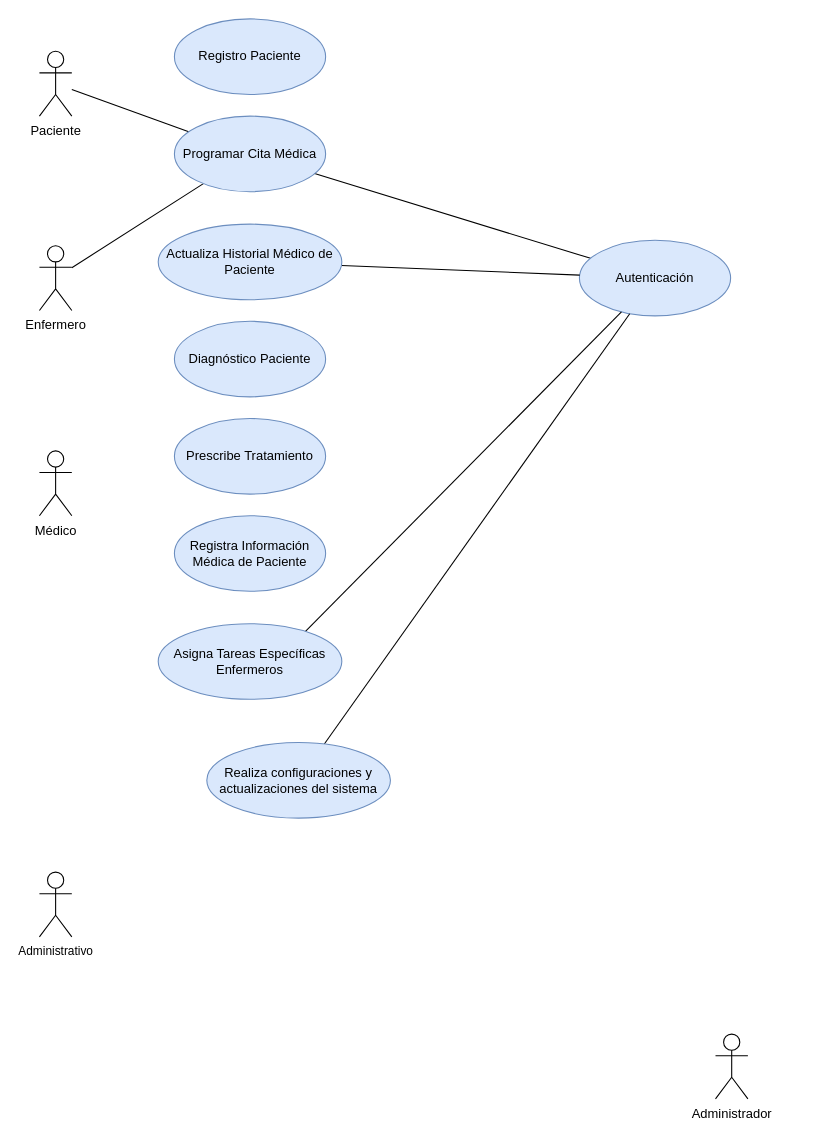
This is Unidad_1/Diagramas-CasosDeUsos.drawio from CGMarval/ets, a draw.io file, before an edit. Source tidied: cells renumbered, new cells numbered last; positions are measured from the earlier drawing's top-left corner, leaving out a move shared by most shapes. Both pictures are drawn from the tidied source at 108%, with x=0, y=0 at pixel (39, 18).
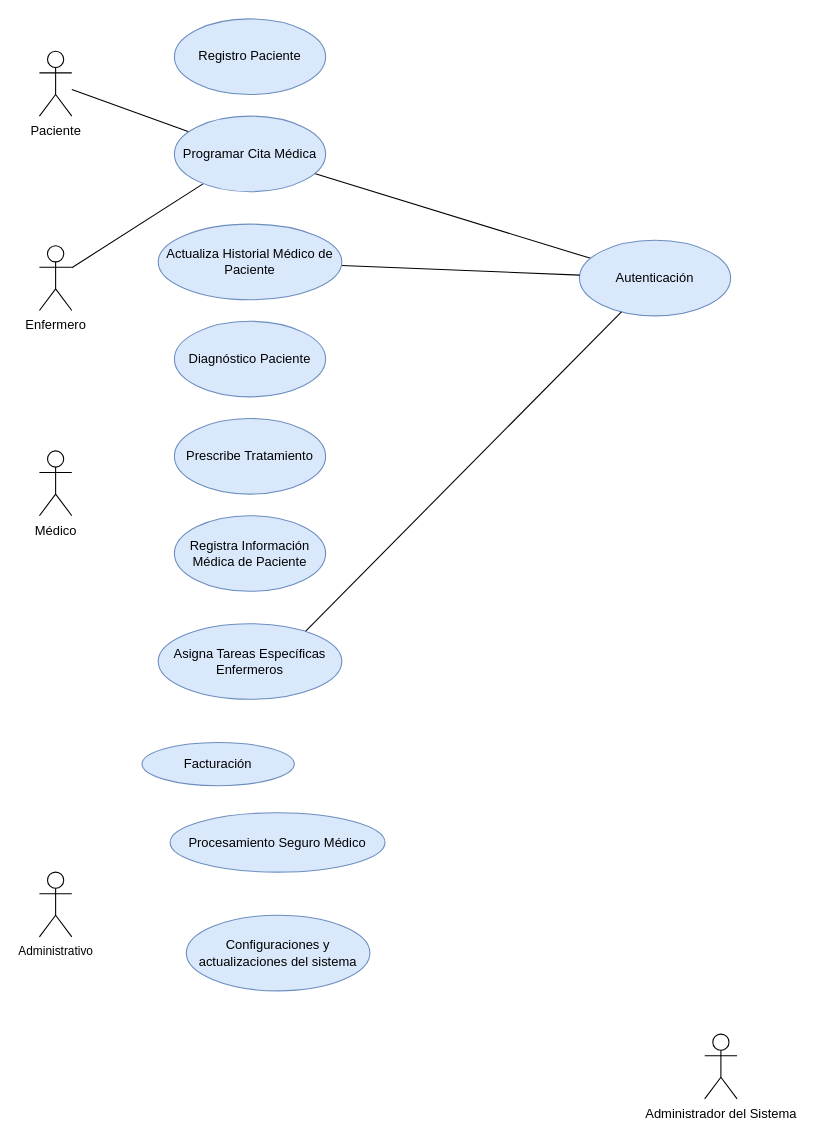
The same diagram, later.

Unchanged cells that the change refers to:
```xml
<mxCell id="11" value="Autenticación" style="ellipse;whiteSpace=wrap;html=1;fillColor=#dae8fc;strokeColor=#6c8ebf;" parent="1" vertex="1">
  <mxGeometry x="500" y="205" width="140" height="70" as="geometry" />
</mxCell>
```

Change to the diagram source:
```diff
@@
-    <mxCell id="2" value="Administrador" style="shape=umlActor;verticalLabelPosition=bottom;verticalAlign=top;html=1;" parent="1" vertex="1">
-      <mxGeometry x="626" y="940" width="30" height="60" as="geometry" />
+    <mxCell id="2" value="Administrador del Sistema" style="shape=umlActor;verticalLabelPosition=bottom;verticalAlign=top;html=1;" parent="1" vertex="1">
+      <mxGeometry x="616" y="940" width="30" height="60" as="geometry" />
     </mxCell>
@@
-    <mxCell id="19" style="edgeStyle=none;shape=connector;rounded=0;jettySize=auto;html=1;labelBackgroundColor=default;strokeColor=default;align=center;verticalAlign=middle;fontFamily=Helvetica;fontSize=11;fontColor=default;endArrow=none;endFill=0;" parent="1" edge="1" source="20" target="11">
-      <mxGeometry relative="1" as="geometry" />
-    </mxCell>
-    <mxCell id="20" value="Realiza configuraciones y actualizaciones del sistema" style="ellipse;whiteSpace=wrap;html=1;fillColor=#dae8fc;strokeColor=#6c8ebf;" parent="1" vertex="1">
-      <mxGeometry x="155" y="670" width="170" height="70" as="geometry" />
+    <mxCell id="20" value="Configuraciones y actualizaciones del sistema" style="ellipse;whiteSpace=wrap;html=1;fillColor=#dae8fc;strokeColor=#6c8ebf;" parent="1" vertex="1">
+      <mxGeometry x="136" y="830" width="170" height="70" as="geometry" />
     </mxCell>
@@
+    <mxCell id="22" value="Procesamiento Seguro Médico" style="ellipse;whiteSpace=wrap;html=1;fillColor=#dae8fc;strokeColor=#6c8ebf;" parent="1" vertex="1">
+      <mxGeometry x="121" y="735" width="199" height="55" as="geometry" />
+    </mxCell>
+    <mxCell id="23" value="Facturación" style="ellipse;whiteSpace=wrap;html=1;fillColor=#dae8fc;strokeColor=#6c8ebf;" parent="1" vertex="1">
+      <mxGeometry x="95" y="670" width="141" height="40" as="geometry" />
+    </mxCell>
```
